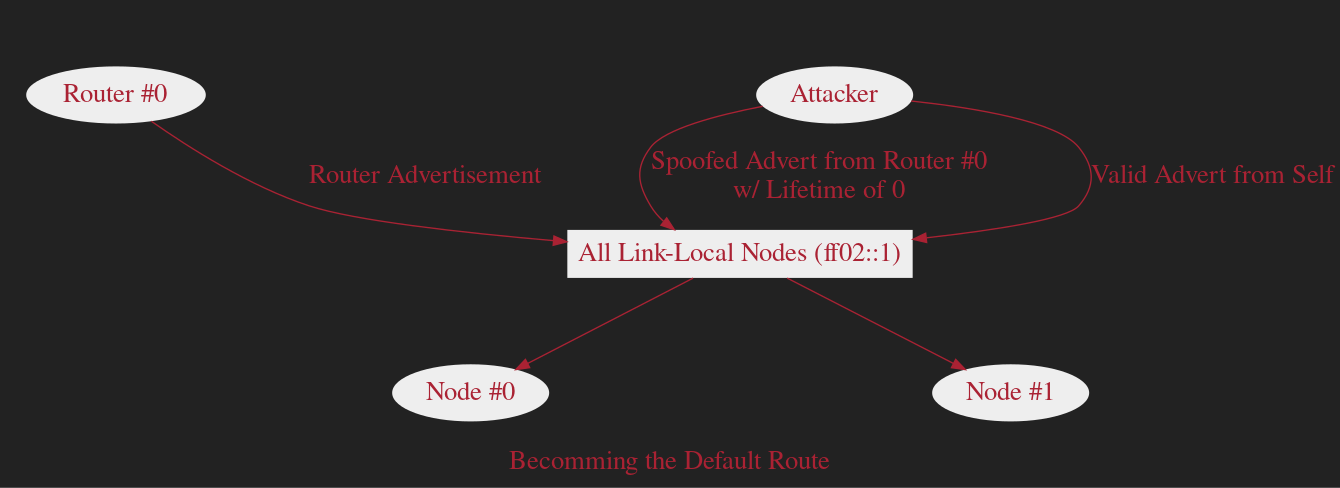
Above: slides/graphs/images/ndp-ura-attack2.png in dlrobertson/dlrobertson.com (Graphviz), before the change. Its source is kept beside it as slides/graphs/sources/ndp-ura-attack2.dot.
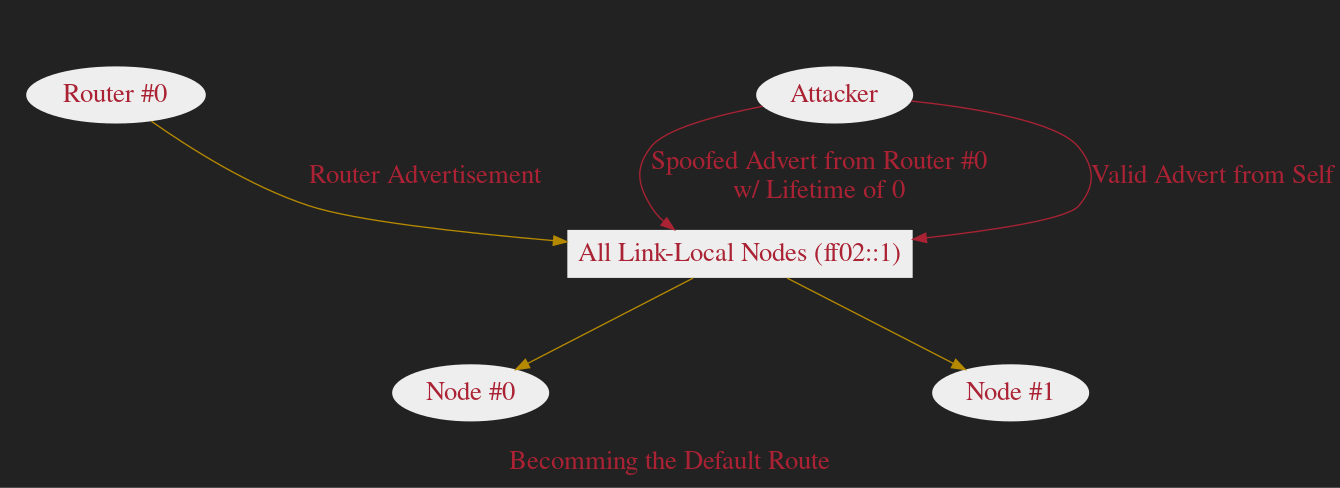
Later version of the same file.

Change to the diagram source:
```diff
@@ -7,7 +7,7 @@
     fontcolor="#aa2233"
     fontsize=20
     bgcolor="#222222"
-    edge[color="#aa2233", fontcolor="#aa2233", fontsize=20]
+    edge[color="#b58900", fontcolor="#aa2233", fontsize=20]
     node[fontcolor="#aa2233", fontsize=20]
     subgraph cluster0 {
         label="Routers"
@@ -52,8 +52,14 @@
         ]
     }
     router0 -> all_nodes[label="Router Advertisement"]
-    attacker -> all_nodes[label="Spoofed Advert from Router #0\nw/ Lifetime of 0"]
-    attacker -> all_nodes[label="Valid Advert from Self"]
+    attacker -> all_nodes[
+        label="Spoofed Advert from Router #0\nw/ Lifetime of 0"
+        color="#aa2233"
+    ]
+    attacker -> all_nodes[
+        label="Valid Advert from Self"
+        color="#aa2233"
+    ]
     all_nodes -> node0
     all_nodes -> node1
 }
```
